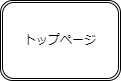
This is images/Screen_transition.png from gessodog/schedule_share, a draw.io export, as it was before one commit. Source tidied: cells renumbered, new cells last; positions are measured from the earlier drawing's top-left corner, leaving out a move shared by most shapes.
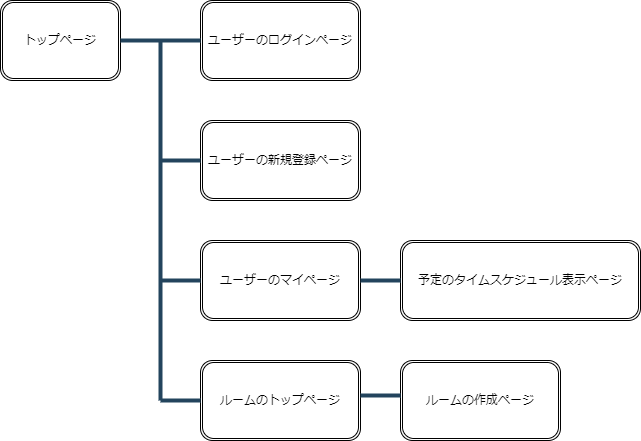
Later version of the same file.

Commit message:
READMEの画像更新

The edit, as a diff of the source:
```diff
@@ -2,8 +2,50 @@
   <root>
     <mxCell id="0" />
     <mxCell id="1" parent="0" />
+    <mxCell id="3" style="edgeStyle=none;html=1;exitX=1;exitY=0.5;exitDx=0;exitDy=0;entryX=1;entryY=0.5;entryDx=0;entryDy=0;entryPerimeter=0;" parent="1" edge="1" source="2" target="2">
+      <mxGeometry relative="1" as="geometry" />
+    </mxCell>
     <mxCell id="2" value="トップページ" style="shape=ext;double=1;rounded=1;whiteSpace=wrap;html=1;" parent="1" vertex="1">
       <mxGeometry width="120" height="80" as="geometry" />
     </mxCell>
+    <mxCell id="4" value="ユーザーのログインページ" style="shape=ext;double=1;rounded=1;whiteSpace=wrap;html=1;" parent="1" vertex="1">
+      <mxGeometry x="200" width="160" height="80" as="geometry" />
+    </mxCell>
+    <mxCell id="5" style="line;strokeWidth=4;html=1;perimeter=backbonePerimeter;fillColor=#bac8d3;strokeColor=#23445d;" parent="1" vertex="1">
+      <mxGeometry x="120" y="35" width="80" height="10" as="geometry" />
+    </mxCell>
+    <mxCell id="6" value="ユーザーの新規登録ページ" style="shape=ext;double=1;rounded=1;whiteSpace=wrap;html=1;" parent="1" vertex="1">
+      <mxGeometry x="200" y="120" width="160" height="80" as="geometry" />
+    </mxCell>
+    <mxCell id="7" value="ユーザーのマイページ" style="shape=ext;double=1;rounded=1;whiteSpace=wrap;html=1;" parent="1" vertex="1">
+      <mxGeometry x="200" y="240" width="160" height="80" as="geometry" />
+    </mxCell>
+    <mxCell id="8" value="ルームのトップページ" style="shape=ext;double=1;rounded=1;whiteSpace=wrap;html=1;" parent="1" vertex="1">
+      <mxGeometry x="200" y="360" width="160" height="80" as="geometry" />
+    </mxCell>
+    <mxCell id="9" style="line;strokeWidth=4;direction=south;html=1;perimeter=backbonePerimeter;fillColor=#bac8d3;strokeColor=#23445d;" parent="1" vertex="1">
+      <mxGeometry x="155" y="40" width="10" height="360" as="geometry" />
+    </mxCell>
+    <mxCell id="10" style="line;strokeWidth=4;html=1;perimeter=backbonePerimeter;fillColor=#bac8d3;strokeColor=#23445d;" parent="1" vertex="1">
+      <mxGeometry x="160" y="155" width="40" height="10" as="geometry" />
+    </mxCell>
+    <mxCell id="11" style="line;strokeWidth=4;html=1;perimeter=backbonePerimeter;fillColor=#bac8d3;strokeColor=#23445d;" parent="1" vertex="1">
+      <mxGeometry x="160" y="275" width="40" height="10" as="geometry" />
+    </mxCell>
+    <mxCell id="12" style="line;strokeWidth=4;html=1;perimeter=backbonePerimeter;fillColor=#bac8d3;strokeColor=#23445d;" parent="1" vertex="1">
+      <mxGeometry x="160" y="395" width="40" height="10" as="geometry" />
+    </mxCell>
+    <mxCell id="13" value="予定のタイムスケジュール表示ページ" style="shape=ext;double=1;rounded=1;whiteSpace=wrap;html=1;" parent="1" vertex="1">
+      <mxGeometry x="400" y="240" width="240" height="80" as="geometry" />
+    </mxCell>
+    <mxCell id="14" style="line;strokeWidth=4;html=1;fillColor=#bac8d3;strokeColor=#23445d;" parent="1" vertex="1">
+      <mxGeometry x="360" y="275" width="40" height="10" as="geometry" />
+    </mxCell>
+    <mxCell id="15" value="ルームの作成ページ" style="shape=ext;double=1;rounded=1;whiteSpace=wrap;html=1;" parent="1" vertex="1">
+      <mxGeometry x="400" y="360" width="160" height="80" as="geometry" />
+    </mxCell>
+    <mxCell id="16" style="line;strokeWidth=4;html=1;fillColor=#bac8d3;strokeColor=#23445d;" parent="1" vertex="1">
+      <mxGeometry x="360" y="390" width="40" height="10" as="geometry" />
+    </mxCell>
   </root>
 </mxGraphModel>
```
